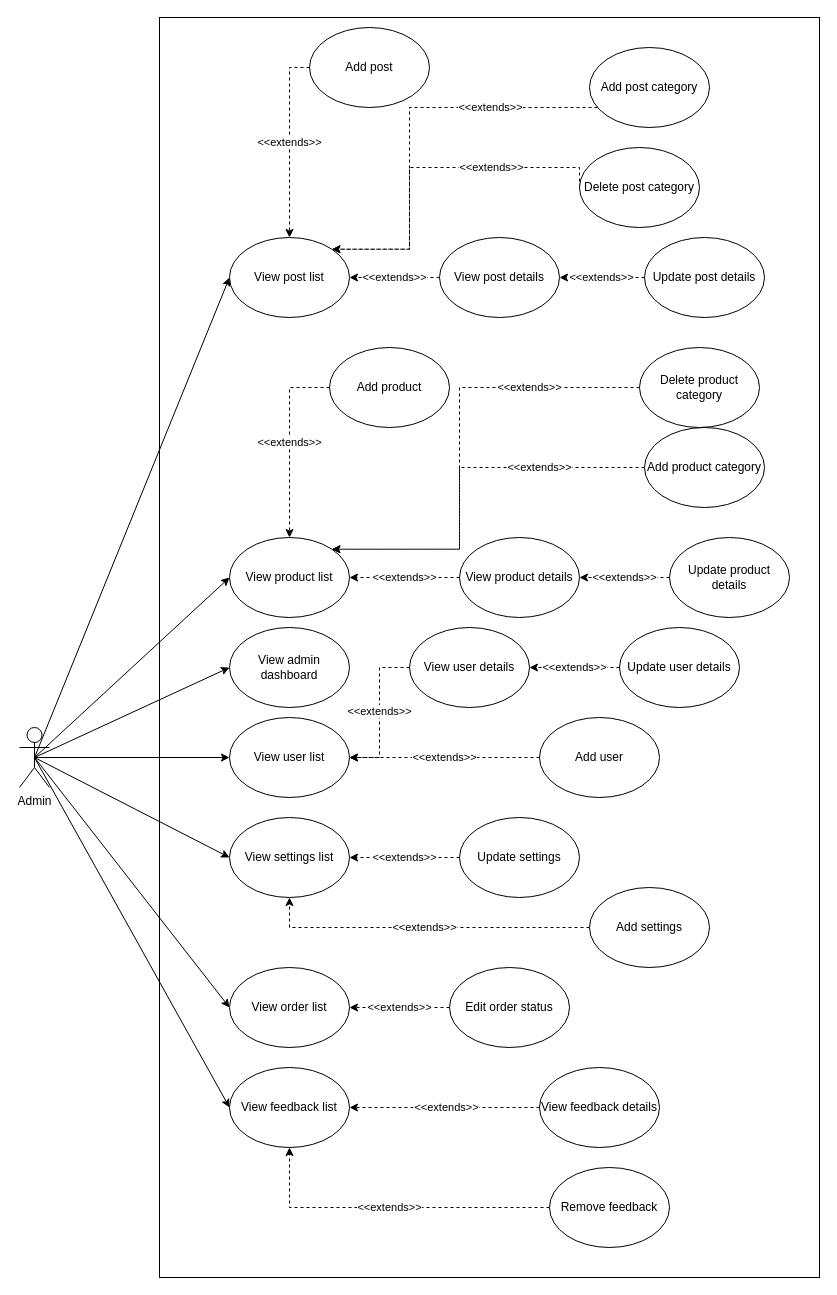
This is misc/diagram/actor/admin.drawio from WilliamBC24/ShoppingWebSolo, a draw.io file, before an edit. Source tidied: cells renumbered, new cells numbered last; positions are measured from the earlier drawing's top-left corner, leaving out a move shared by most shapes. Both pictures are drawn from the tidied source at 100%, with x=0, y=0 at pixel (19, 17).
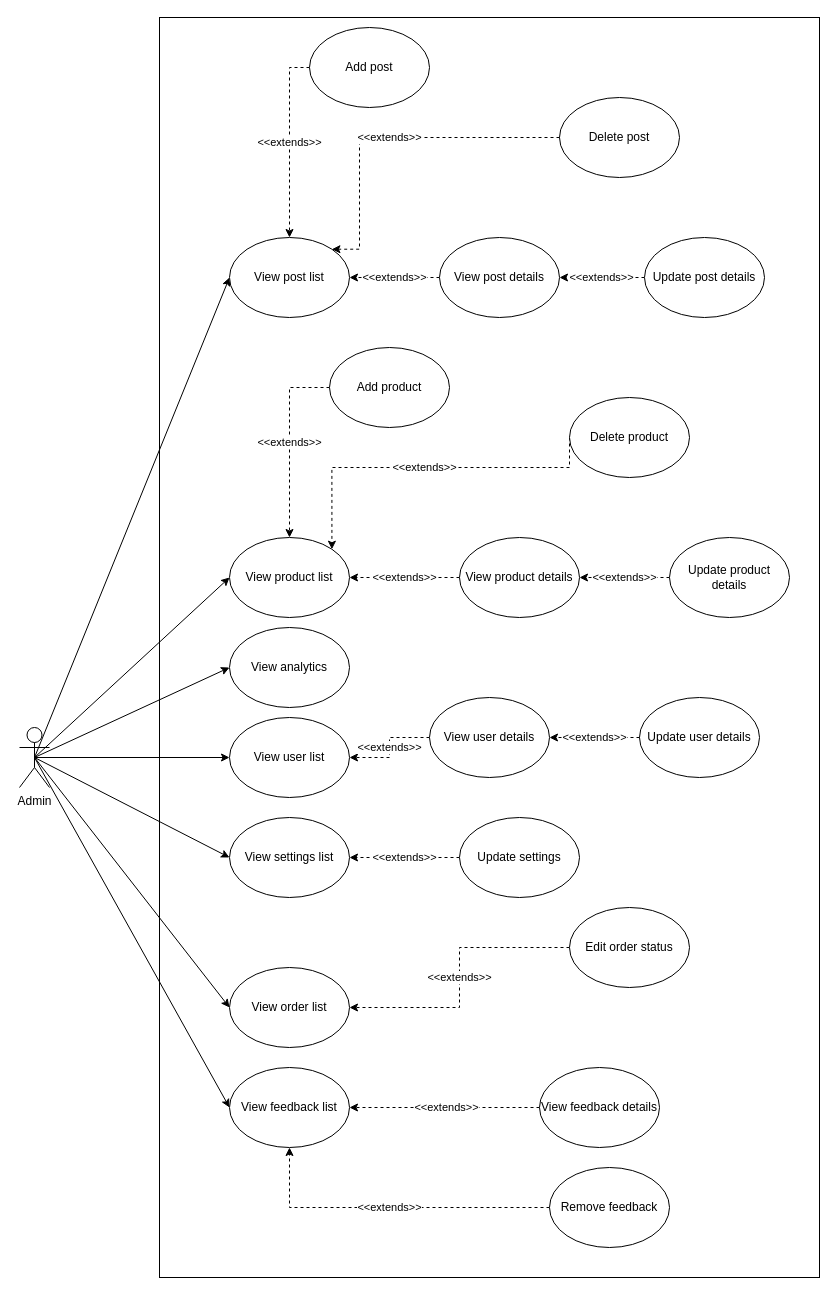
The same diagram, later.

The change refers to these unchanged cells:
```xml
<mxCell id="10" value="Admin&lt;div&gt;&lt;br&gt;&lt;/div&gt;" style="shape=umlActor;verticalLabelPosition=bottom;verticalAlign=top;html=1;outlineConnect=0;" parent="1" vertex="1">
  <mxGeometry y="710" width="30" height="60" as="geometry" />
</mxCell>
<mxCell id="14" value="View user list" style="ellipse;whiteSpace=wrap;html=1;" parent="1" vertex="1">
  <mxGeometry x="210" y="700" width="120" height="80" as="geometry" />
</mxCell>
<mxCell id="17" value="View settings list" style="ellipse;whiteSpace=wrap;html=1;" parent="1" vertex="1">
  <mxGeometry x="210" y="800" width="120" height="80" as="geometry" />
</mxCell>
<mxCell id="26" value="View product list" style="ellipse;whiteSpace=wrap;html=1;" parent="1" vertex="1">
  <mxGeometry x="210" y="520" width="120" height="80" as="geometry" />
</mxCell>
<mxCell id="38" value="View post list" style="ellipse;whiteSpace=wrap;html=1;" parent="1" vertex="1">
  <mxGeometry x="210" y="220" width="120" height="80" as="geometry" />
</mxCell>
```

The edit, as a diff of the source:
```diff
@@
-    <mxCell id="2" style="rounded=0;whiteSpace=wrap;html=1;" parent="1" vertex="1">
-      <mxGeometry x="140" width="660" height="1260" as="geometry" />
-    </mxCell>
-    <mxCell id="3" style="edgeStyle=none;rounded=0;jettySize=auto;html=1;exitX=0.5;exitY=0.5;exitDx=0;exitDy=0;exitPerimeter=0;entryX=0;entryY=0.5;entryDx=0;entryDy=0;" parent="1" edge="1" source="10" target="11">
-      <mxGeometry relative="1" as="geometry" />
-    </mxCell>
+    <mxCell id="54" style="rounded=0;whiteSpace=wrap;html=1;" parent="1" vertex="1">
+      <mxGeometry x="140" width="660" height="1260" as="geometry" />
+    </mxCell>
+    <mxCell id="55" style="edgeStyle=none;rounded=0;jettySize=auto;html=1;exitX=0.5;exitY=0.5;exitDx=0;exitDy=0;exitPerimeter=0;entryX=0;entryY=0.5;entryDx=0;entryDy=0;" parent="1" edge="1" source="10" target="56">
+      <mxGeometry relative="1" as="geometry" />
+    </mxCell>
@@
-    <mxCell id="11" value="View admin dashboard" style="ellipse;whiteSpace=wrap;html=1;" parent="1" vertex="1">
-      <mxGeometry x="210" y="610" width="120" height="80" as="geometry" />
-    </mxCell>
-    <mxCell id="12" value="&amp;lt;&amp;lt;extends&amp;gt;&amp;gt;" style="rounded=0;jettySize=auto;html=1;exitX=0;exitY=0.5;exitDx=0;exitDy=0;entryX=1;entryY=0.5;entryDx=0;entryDy=0;dashed=1;" parent="1" edge="1" source="20" target="14">
-      <mxGeometry relative="1" as="geometry" />
-    </mxCell>
+    <mxCell id="56" value="View analytics" style="ellipse;whiteSpace=wrap;html=1;" parent="1" vertex="1">
+      <mxGeometry x="210" y="610" width="120" height="80" as="geometry" />
+    </mxCell>
@@
-    <mxCell id="15" value="&amp;lt;&amp;lt;extends&amp;gt;&amp;gt;" style="edgeStyle=orthogonalEdgeStyle;rounded=0;jettySize=auto;html=1;exitX=0;exitY=0.5;exitDx=0;exitDy=0;entryX=0.5;entryY=1;entryDx=0;entryDy=0;dashed=1;" parent="1" edge="1" source="18" target="17">
-      <mxGeometry relative="1" as="geometry" />
-    </mxCell>
@@
-    <mxCell id="18" value="Add settings" style="ellipse;whiteSpace=wrap;html=1;" parent="1" vertex="1">
-      <mxGeometry x="570" y="870" width="120" height="80" as="geometry" />
-    </mxCell>
@@
-    <mxCell id="20" value="Add user" style="ellipse;whiteSpace=wrap;html=1;" parent="1" vertex="1">
-      <mxGeometry x="520" y="700" width="120" height="80" as="geometry" />
-    </mxCell>
     <mxCell id="21" value="View user details" style="ellipse;whiteSpace=wrap;html=1;" parent="1" vertex="1">
-      <mxGeometry x="390" y="610" width="120" height="80" as="geometry" />
+      <mxGeometry x="410" y="680" width="120" height="80" as="geometry" />
     </mxCell>
@@
-    <mxCell id="24" value="&amp;lt;&amp;lt;extends&amp;gt;&amp;gt;" style="edgeStyle=orthogonalEdgeStyle;rounded=0;jettySize=auto;html=1;exitX=0;exitY=0.5;exitDx=0;exitDy=0;entryX=1;entryY=0;entryDx=0;entryDy=0;dashed=1;" parent="1" edge="1" source="50" target="26">
-      <mxGeometry x="-0.53" relative="1" as="geometry">
-        <Array as="points">
-          <mxPoint x="440" y="370" />
-          <mxPoint x="440" y="532" />
-        </Array>
-      </mxGeometry>
-    </mxCell>
-    <mxCell id="25" value="&amp;lt;&amp;lt;extends&amp;gt;&amp;gt;" style="edgeStyle=orthogonalEdgeStyle;rounded=0;jettySize=auto;html=1;exitX=0;exitY=0.5;exitDx=0;exitDy=0;entryX=1;entryY=0;entryDx=0;entryDy=0;dashed=1;" parent="1" edge="1" source="51" target="26">
-      <mxGeometry x="-0.47" relative="1" as="geometry">
-        <Array as="points">
-          <mxPoint x="440" y="450" />
-          <mxPoint x="440" y="532" />
-        </Array>
-        <mxPoint x="-1" as="offset" />
-      </mxGeometry>
-    </mxCell>
@@
     <mxCell id="31" value="Edit order status" style="ellipse;whiteSpace=wrap;html=1;" parent="1" vertex="1">
-      <mxGeometry x="430" y="950" width="120" height="80" as="geometry" />
+      <mxGeometry x="550" y="890" width="120" height="80" as="geometry" />
     </mxCell>
@@
     <mxCell id="33" value="Update user details" style="ellipse;whiteSpace=wrap;html=1;" parent="1" vertex="1">
-      <mxGeometry x="600" y="610" width="120" height="80" as="geometry" />
+      <mxGeometry x="620" y="680" width="120" height="80" as="geometry" />
     </mxCell>
@@
-    <mxCell id="36" value="&amp;lt;&amp;lt;extends&amp;gt;&amp;gt;" style="edgeStyle=orthogonalEdgeStyle;rounded=0;jettySize=auto;html=1;exitX=0;exitY=0.5;exitDx=0;exitDy=0;entryX=1;entryY=0;entryDx=0;entryDy=0;dashed=1;" parent="1" edge="1" source="52" target="38">
-      <mxGeometry x="-0.38" relative="1" as="geometry">
-        <Array as="points">
-          <mxPoint x="390" y="150" />
-          <mxPoint x="390" y="232" />
-        </Array>
-      </mxGeometry>
-    </mxCell>
-    <mxCell id="37" value="&amp;lt;&amp;lt;extends&amp;gt;&amp;gt;" style="edgeStyle=orthogonalEdgeStyle;rounded=0;jettySize=auto;html=1;dashed=1;entryX=1;entryY=0;entryDx=0;entryDy=0;" parent="1" edge="1" source="53" target="38">
-      <mxGeometry x="-0.47" relative="1" as="geometry">
-        <Array as="points">
-          <mxPoint x="390" y="90" />
-          <mxPoint x="390" y="232" />
-        </Array>
-        <mxPoint x="1" as="offset" />
-      </mxGeometry>
-    </mxCell>
@@
-    <mxCell id="50" value="Delete product category" style="ellipse;whiteSpace=wrap;html=1;" parent="1" vertex="1">
-      <mxGeometry x="620" y="330" width="120" height="80" as="geometry" />
-    </mxCell>
-    <mxCell id="51" value="Add product category" style="ellipse;whiteSpace=wrap;html=1;" parent="1" vertex="1">
-      <mxGeometry x="625" y="410" width="120" height="80" as="geometry" />
-    </mxCell>
-    <mxCell id="52" value="Delete post category" style="ellipse;whiteSpace=wrap;html=1;" parent="1" vertex="1">
-      <mxGeometry x="560" y="130" width="120" height="80" as="geometry" />
-    </mxCell>
-    <mxCell id="53" value="Add post category" style="ellipse;whiteSpace=wrap;html=1;" parent="1" vertex="1">
-      <mxGeometry x="570" y="30" width="120" height="80" as="geometry" />
-    </mxCell>
+    <mxCell id="57" value="&amp;lt;&amp;lt;extends&amp;gt;&amp;gt;" style="edgeStyle=orthogonalEdgeStyle;rounded=0;jettySize=auto;html=1;exitX=0;exitY=0.5;exitDx=0;exitDy=0;entryX=1;entryY=0;entryDx=0;entryDy=0;dashed=1;" parent="1" edge="1" source="58" target="26">
+      <mxGeometry relative="1" as="geometry">
+        <Array as="points">
+          <mxPoint x="550" y="450" />
+          <mxPoint x="312" y="450" />
+        </Array>
+      </mxGeometry>
+    </mxCell>
+    <mxCell id="58" value="Delete product" style="ellipse;whiteSpace=wrap;html=1;" parent="1" vertex="1">
+      <mxGeometry x="550" y="380" width="120" height="80" as="geometry" />
+    </mxCell>
+    <mxCell id="59" value="Delete post" style="ellipse;whiteSpace=wrap;html=1;" parent="1" vertex="1">
+      <mxGeometry x="540" y="80" width="120" height="80" as="geometry" />
+    </mxCell>
+    <mxCell id="60" value="&amp;lt;&amp;lt;extends&amp;gt;&amp;gt;" style="edgeStyle=orthogonalEdgeStyle;rounded=0;jettySize=auto;html=1;exitX=0;exitY=0.5;exitDx=0;exitDy=0;entryX=1;entryY=0;entryDx=0;entryDy=0;dashed=1;" parent="1" edge="1" source="59" target="38">
+      <mxGeometry relative="1" as="geometry">
+        <Array as="points">
+          <mxPoint x="340" y="120" />
+          <mxPoint x="340" y="232" />
+        </Array>
+      </mxGeometry>
+    </mxCell>
```
